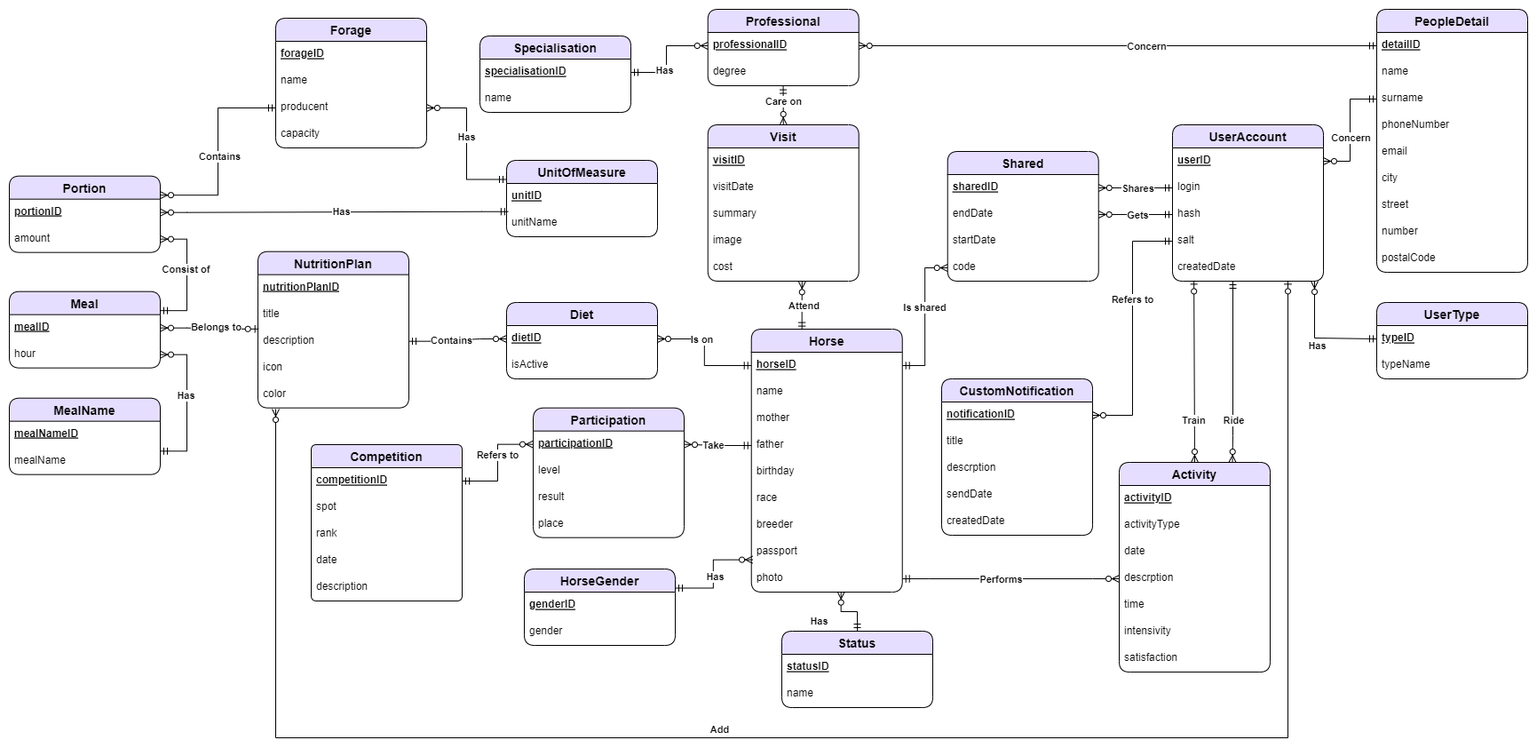
NSzymczak/HorseTracking keeps this draw.io diagram as Diagrams/Diagram ERD.png. Above is the earlier version. Source tidied: cells renumbered, new cells last; positions are measured from the earlier drawing's top-left corner, leaving out a move shared by most shapes.
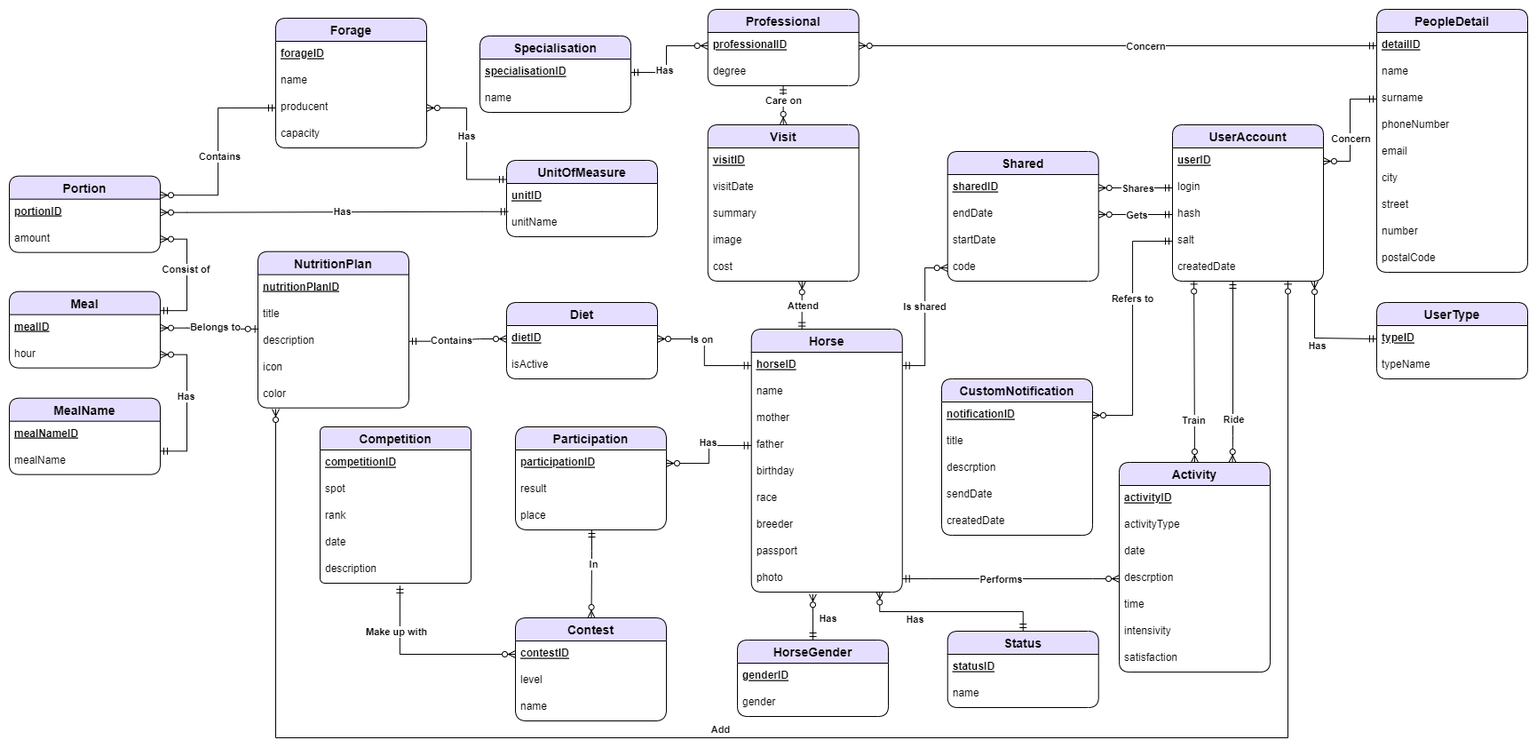
After the commit.

What changed in the source:
```diff
@@ -207,7 +207,7 @@
       <mxGeometry y="146" width="170" height="30" as="geometry" />
     </mxCell>
     <mxCell id="70" value="Status" style="swimlane;fontStyle=1;horizontal=1;startSize=26;align=center;fontSize=14;rounded=1;shadow=0;fillColor=#E6DEFF;swimlaneFillColor=#FFFFFF;" parent="1" vertex="1">
-      <mxGeometry x="870" y="700" width="170" height="86" as="geometry" />
+      <mxGeometry x="1056.7" y="700" width="170" height="86" as="geometry" />
     </mxCell>
     <mxCell id="71" value="statusID" style="text;strokeColor=none;fillColor=none;spacingLeft=4;spacingRight=4;overflow=hidden;fontSize=12;fontStyle=5;" parent="70" vertex="1">
       <mxGeometry y="26" width="170" height="30" as="geometry" />
@@ -216,7 +216,7 @@
       <mxGeometry y="56" width="170" height="30" as="geometry" />
     </mxCell>
     <mxCell id="73" value="HorseGender" style="swimlane;fontStyle=1;horizontal=1;startSize=26;align=center;fontSize=14;rounded=1;shadow=0;fillColor=#E6DEFF;swimlaneFillColor=#FFFFFF;" parent="1" vertex="1">
-      <mxGeometry x="580" y="630" width="170" height="86" as="geometry" />
+      <mxGeometry x="820" y="710" width="170" height="86" as="geometry" />
     </mxCell>
     <mxCell id="74" value="genderID" style="text;strokeColor=none;fillColor=none;spacingLeft=4;spacingRight=4;overflow=hidden;fontSize=12;fontStyle=5;" parent="73" vertex="1">
       <mxGeometry y="26" width="170" height="30" as="geometry" />
@@ -225,7 +225,7 @@
       <mxGeometry y="56" width="170" height="30" as="geometry" />
     </mxCell>
     <mxCell id="76" value="Competition" style="swimlane;fontStyle=1;horizontal=1;startSize=26;align=center;fontSize=14;rounded=1;shadow=0;fillColor=#E6DEFF;swimlaneFillColor=#FFFFFF;arcSize=8;" parent="1" vertex="1">
-      <mxGeometry x="340" y="490" width="170" height="176" as="geometry" />
+      <mxGeometry x="350" y="470" width="170" height="176" as="geometry" />
     </mxCell>
     <mxCell id="77" value="competitionID" style="text;strokeColor=none;fillColor=none;spacingLeft=4;spacingRight=4;overflow=hidden;points=[[0,0.5],[1,0.5]];portConstraint=eastwest;fontSize=12;fontStyle=5;" parent="76" vertex="1">
       <mxGeometry y="26" width="170" height="30" as="geometry" />
@@ -242,21 +242,6 @@
     <mxCell id="81" value="description&#10;" style="text;strokeColor=none;fillColor=none;spacingLeft=4;spacingRight=4;overflow=hidden;points=[[0,0.5],[1,0.5]];portConstraint=eastwest;fontSize=12;" parent="76" vertex="1">
       <mxGeometry y="146" width="170" height="30" as="geometry" />
     </mxCell>
-    <mxCell id="82" value="Participation" style="swimlane;fontStyle=1;horizontal=1;startSize=26;align=center;fontSize=14;rounded=1;shadow=0;fillColor=#E6DEFF;swimlaneFillColor=#FFFFFF;arcSize=16;" parent="1" vertex="1">
-      <mxGeometry x="590" y="448.7" width="170" height="146" as="geometry" />
-    </mxCell>
-    <mxCell id="83" value="participationID&#10;" style="text;strokeColor=none;fillColor=none;spacingLeft=4;spacingRight=4;overflow=hidden;points=[[0,0.5],[1,0.5]];portConstraint=eastwest;fontSize=12;fontStyle=5;rounded=1;" parent="82" vertex="1">
-      <mxGeometry y="26" width="170" height="30" as="geometry" />
-    </mxCell>
-    <mxCell id="84" value="level" style="text;strokeColor=none;fillColor=none;spacingLeft=4;spacingRight=4;overflow=hidden;fontSize=12;" parent="82" vertex="1">
-      <mxGeometry y="56" width="170" height="30" as="geometry" />
-    </mxCell>
-    <mxCell id="85" value="result" style="text;strokeColor=none;fillColor=none;spacingLeft=4;spacingRight=4;overflow=hidden;fontSize=12;" parent="82" vertex="1">
-      <mxGeometry y="86" width="170" height="30" as="geometry" />
-    </mxCell>
-    <mxCell id="86" value="place" style="text;strokeColor=none;fillColor=none;spacingLeft=4;spacingRight=4;overflow=hidden;fontSize=12;" parent="82" vertex="1">
-      <mxGeometry y="116" width="170" height="30" as="geometry" />
-    </mxCell>
     <mxCell id="87" value="NutritionPlan" style="swimlane;fontStyle=1;horizontal=1;startSize=26;align=center;fontSize=14;rounded=1;shadow=0;fillColor=#E6DEFF;swimlaneFillColor=#FFFFFF;" parent="1" vertex="1">
       <mxGeometry x="280" y="272.7" width="170" height="176" as="geometry" />
     </mxCell>
@@ -343,29 +328,47 @@
     <mxCell id="112" style="edgeStyle=orthogonalEdgeStyle;fontSize=12;html=1;endArrow=ERzeroToMany;startArrow=ERmandOne;rounded=0;strokeColor=#000000;entryX=1;entryY=0.5;entryDx=0;entryDy=0;exitX=0;exitY=0.5;exitDx=0;exitDy=0;" parent="1" edge="1" source="50" target="83">
       <mxGeometry relative="1" as="geometry" />
     </mxCell>
-    <mxCell id="113" value="&lt;b&gt;Take&lt;/b&gt;" style="edgeLabel;html=1;align=center;verticalAlign=middle;" parent="112" vertex="1">
-      <mxGeometry x="0.17" relative="1" as="geometry" />
+    <mxCell id="113" value="&lt;b&gt;Has&lt;/b&gt;" style="edgeLabel;html=1;align=center;verticalAlign=middle;" parent="112" vertex="1">
+      <mxGeometry x="0.17" relative="1" as="geometry">
+        <mxPoint x="-1" y="-24" as="offset" />
+      </mxGeometry>
     </mxCell>
-    <mxCell id="114" style="edgeStyle=orthogonalEdgeStyle;fontSize=12;html=1;endArrow=ERzeroToMany;startArrow=ERmandOne;rounded=0;strokeColor=#000000;entryX=0;entryY=0.5;entryDx=0;entryDy=0;exitX=1;exitY=0.5;exitDx=0;exitDy=0;" parent="1" edge="1" source="77" target="83">
-      <mxGeometry relative="1" as="geometry" />
+    <mxCell id="114" style="edgeStyle=orthogonalEdgeStyle;fontSize=12;html=1;endArrow=ERzeroToMany;startArrow=ERmandOne;rounded=0;strokeColor=#000000;entryX=0;entryY=0.5;entryDx=0;entryDy=0;exitX=0.529;exitY=1.096;exitDx=0;exitDy=0;exitPerimeter=0;" parent="1" edge="1" source="81" target="158">
+      <mxGeometry relative="1" as="geometry">
+        <Array as="points">
+          <mxPoint x="440" y="726" />
+        </Array>
+      </mxGeometry>
     </mxCell>
-    <mxCell id="115" value="&lt;b&gt;Refers to&lt;/b&gt;" style="edgeLabel;html=1;align=center;verticalAlign=middle;" parent="114" vertex="1">
-      <mxGeometry x="0.14" y="1" relative="1" as="geometry" />
+    <mxCell id="115" value="&lt;b&gt;Make up with&lt;/b&gt;" style="edgeLabel;html=1;align=center;verticalAlign=middle;" parent="114" vertex="1">
+      <mxGeometry x="0.14" y="1" relative="1" as="geometry">
+        <mxPoint x="-46" y="-25" as="offset" />
+      </mxGeometry>
     </mxCell>
-    <mxCell id="116" style="edgeStyle=orthogonalEdgeStyle;fontSize=12;html=1;endArrow=ERzeroToMany;startArrow=ERmandOne;rounded=0;strokeColor=default;exitX=1;exitY=0.25;exitDx=0;exitDy=0;entryX=0.008;entryY=-0.214;entryDx=0;entryDy=0;entryPerimeter=0;" parent="1" edge="1" source="73" target="55">
-      <mxGeometry relative="1" as="geometry" />
+    <mxCell id="116" style="edgeStyle=orthogonalEdgeStyle;fontSize=12;html=1;endArrow=ERzeroToMany;startArrow=ERmandOne;rounded=0;strokeColor=default;entryX=0.407;entryY=1.076;entryDx=0;entryDy=0;entryPerimeter=0;" parent="1" edge="1" source="73" target="55">
+      <mxGeometry relative="1" as="geometry">
+        <Array as="points">
+          <mxPoint x="905" y="680" />
+          <mxPoint x="905" y="680" />
+        </Array>
+      </mxGeometry>
     </mxCell>
     <mxCell id="117" value="Has" style="edgeLabel;html=1;align=center;verticalAlign=middle;fontStyle=1;" parent="116" vertex="1">
       <mxGeometry x="-0.18" y="-1" relative="1" as="geometry">
-        <mxPoint y="-8" as="offset" />
+        <mxPoint x="15" y="-3" as="offset" />
       </mxGeometry>
     </mxCell>
-    <mxCell id="118" style="edgeStyle=orthogonalEdgeStyle;fontSize=12;html=1;endArrow=ERzeroToMany;startArrow=ERmandOne;rounded=0;strokeColor=default;exitX=0.5;exitY=0;exitDx=0;exitDy=0;entryX=0.594;entryY=0.989;entryDx=0;entryDy=0;entryPerimeter=0;" parent="1" edge="1" source="70" target="55">
-      <mxGeometry relative="1" as="geometry" />
+    <mxCell id="118" style="edgeStyle=orthogonalEdgeStyle;fontSize=12;html=1;endArrow=ERzeroToMany;startArrow=ERmandOne;rounded=0;strokeColor=default;exitX=0.5;exitY=0;exitDx=0;exitDy=0;entryX=0.85;entryY=0.982;entryDx=0;entryDy=0;entryPerimeter=0;" parent="1" edge="1" source="70" target="55">
+      <mxGeometry relative="1" as="geometry">
+        <Array as="points">
+          <mxPoint x="1142" y="678" />
+          <mxPoint x="980" y="678" />
+        </Array>
+      </mxGeometry>
     </mxCell>
     <mxCell id="119" value="Has" style="edgeLabel;html=1;align=center;verticalAlign=middle;fontStyle=1;" parent="118" vertex="1">
       <mxGeometry x="0.28" y="-5" relative="1" as="geometry">
-        <mxPoint x="-30" y="10" as="offset" />
+        <mxPoint x="-12" y="13" as="offset" />
       </mxGeometry>
     </mxCell>
     <mxCell id="120" style="edgeStyle=entityRelationEdgeStyle;fontSize=12;html=1;endArrow=ERzeroToMany;startArrow=ERmandOne;rounded=0;strokeColor=default;exitX=1;exitY=0.5;exitDx=0;exitDy=0;entryX=0;entryY=0.5;entryDx=0;entryDy=0;" parent="1" edge="1" source="55" target="60">
@@ -524,5 +527,44 @@
         <mxPoint x="-300" y="-9" as="offset" />
       </mxGeometry>
     </mxCell>
+    <mxCell id="82" value="Participation" style="swimlane;fontStyle=1;horizontal=1;startSize=26;align=center;fontSize=14;rounded=1;shadow=0;fillColor=#E6DEFF;swimlaneFillColor=#FFFFFF;arcSize=18;" parent="1" vertex="1">
+      <mxGeometry x="570" y="470" width="170" height="116" as="geometry" />
+    </mxCell>
+    <mxCell id="83" value="participationID&#10;" style="text;strokeColor=none;fillColor=none;spacingLeft=4;spacingRight=4;overflow=hidden;points=[[0,0.5],[1,0.5]];portConstraint=eastwest;fontSize=12;fontStyle=5;rounded=1;" parent="82" vertex="1">
+      <mxGeometry y="26" width="170" height="30" as="geometry" />
+    </mxCell>
+    <mxCell id="85" value="result" style="text;strokeColor=none;fillColor=none;spacingLeft=4;spacingRight=4;overflow=hidden;fontSize=12;" parent="82" vertex="1">
+      <mxGeometry y="56" width="170" height="30" as="geometry" />
+    </mxCell>
+    <mxCell id="86" value="place" style="text;strokeColor=none;fillColor=none;spacingLeft=4;spacingRight=4;overflow=hidden;fontSize=12;" parent="82" vertex="1">
+      <mxGeometry y="86" width="170" height="30" as="geometry" />
+    </mxCell>
+    <mxCell id="157" value="Contest" style="swimlane;fontStyle=1;horizontal=1;startSize=26;align=center;fontSize=14;rounded=1;shadow=0;fillColor=#E6DEFF;swimlaneFillColor=#FFFFFF;arcSize=16;" parent="1" vertex="1">
+      <mxGeometry x="570" y="685" width="170" height="116" as="geometry" />
+    </mxCell>
+    <mxCell id="158" value="contestID&#10;" style="text;strokeColor=none;fillColor=none;spacingLeft=4;spacingRight=4;overflow=hidden;points=[[0,0.5],[1,0.5]];portConstraint=eastwest;fontSize=12;fontStyle=5;rounded=1;" parent="157" vertex="1">
+      <mxGeometry y="26" width="170" height="30" as="geometry" />
+    </mxCell>
+    <mxCell id="84" value="level" style="text;strokeColor=none;fillColor=none;spacingLeft=4;spacingRight=4;overflow=hidden;fontSize=12;" parent="157" vertex="1">
+      <mxGeometry y="56" width="170" height="30" as="geometry" />
+    </mxCell>
+    <mxCell id="159" value="name" style="text;strokeColor=none;fillColor=none;spacingLeft=4;spacingRight=4;overflow=hidden;fontSize=12;" parent="157" vertex="1">
+      <mxGeometry y="86" width="170" height="30" as="geometry" />
+    </mxCell>
+    <mxCell id="160" style="edgeStyle=orthogonalEdgeStyle;fontSize=12;html=1;endArrow=ERzeroToMany;startArrow=ERmandOne;rounded=0;strokeColor=#000000;entryX=0.75;entryY=0;entryDx=0;entryDy=0;" parent="1" edge="1">
+      <mxGeometry relative="1" as="geometry">
+        <mxPoint x="656" y="586" as="sourcePoint" />
+        <mxPoint x="655.5" y="685" as="targetPoint" />
+        <Array as="points">
+          <mxPoint x="656" y="610" />
+          <mxPoint x="656" y="610" />
+        </Array>
+      </mxGeometry>
+    </mxCell>
+    <mxCell id="161" value="&lt;b&gt;In&lt;/b&gt;" style="edgeLabel;html=1;align=center;verticalAlign=middle;" parent="160" vertex="1">
+      <mxGeometry x="0.17" relative="1" as="geometry">
+        <mxPoint x="2" y="-20" as="offset" />
+      </mxGeometry>
+    </mxCell>
   </root>
 </mxGraphModel>
```
